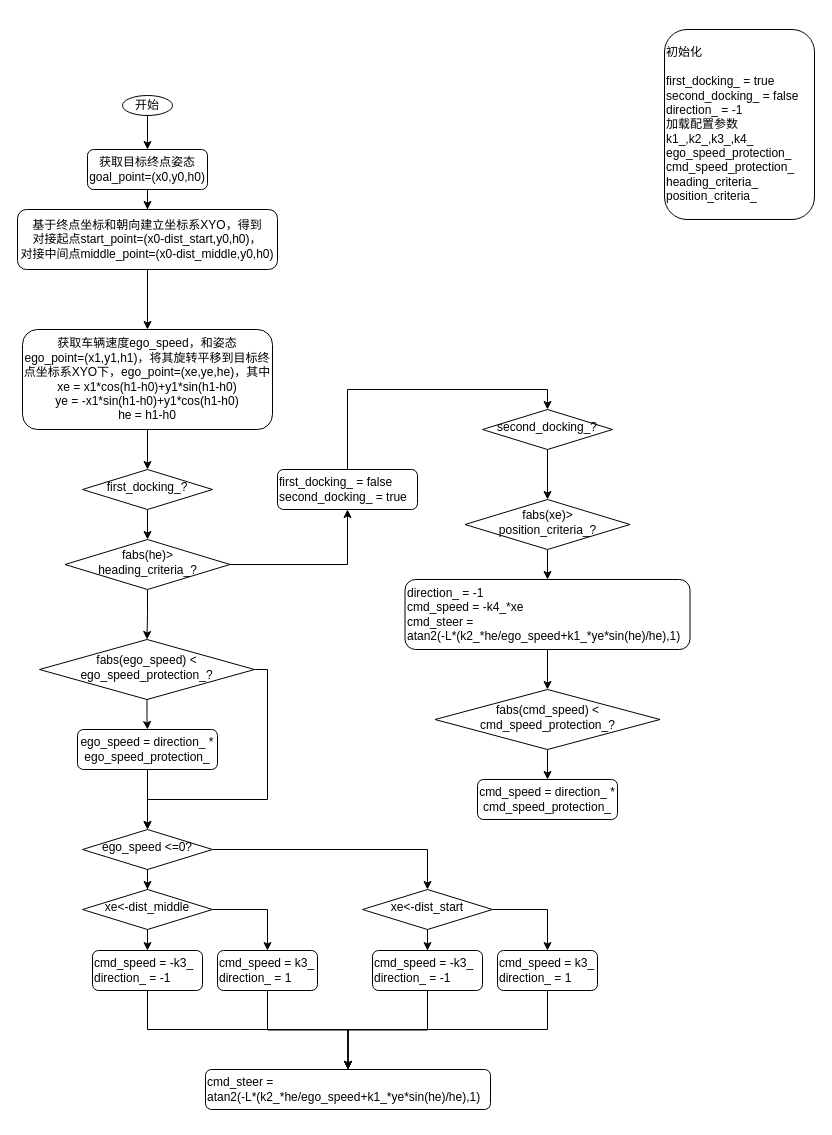
Before: precise_docking.drawio in Thousandsuny/Learning, a draw.io diagram. Source tidied: cells renumbered, new cells numbered last; positions are measured from the earlier drawing's top-left corner, leaving out a move shared by most shapes. Both pictures are drawn from the tidied source at 100%, with x=0, y=0 at pixel (17, 29).
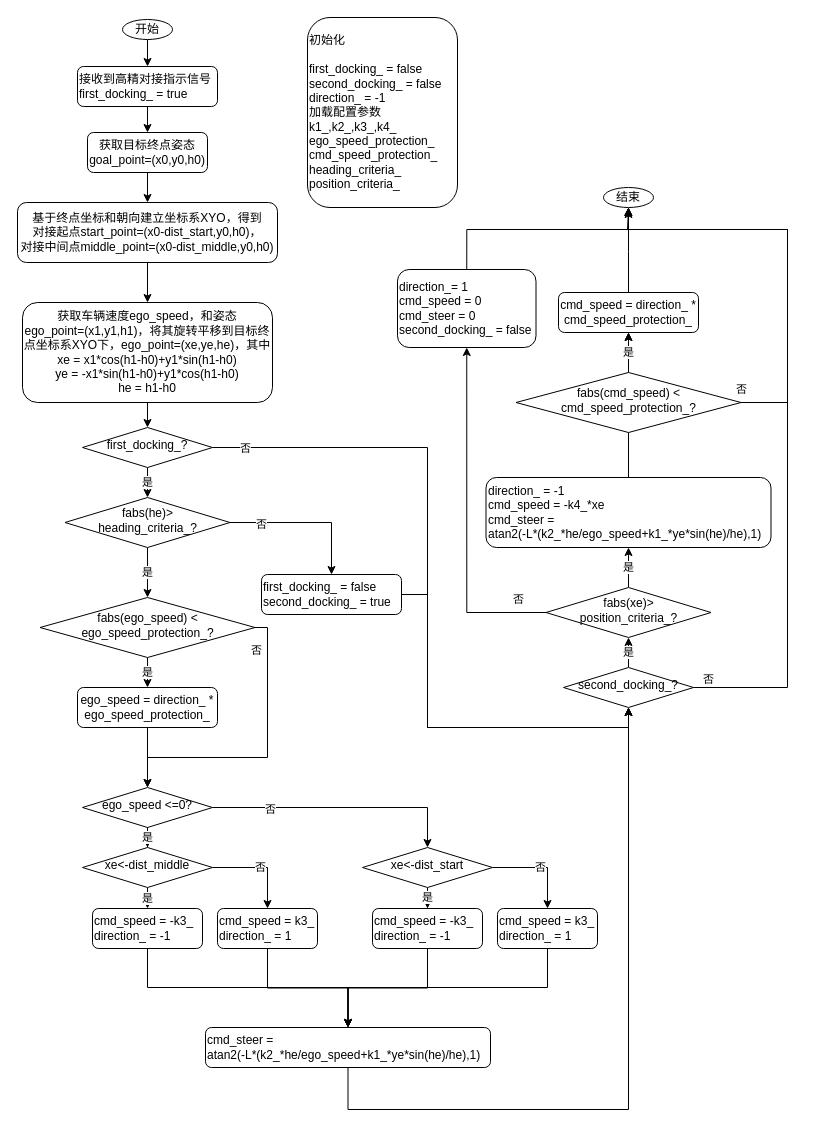
The same page after the edit.

The change refers to these unchanged cells:
```xml
<mxCell id="13" style="edgeStyle=orthogonalEdgeStyle;rounded=0;jettySize=auto;html=1;exitX=1;exitY=0.5;exitDx=0;exitDy=0;" parent="1" edge="1" source="14" target="39">
  <mxGeometry relative="1" as="geometry" />
</mxCell>
<mxCell id="16" style="edgeStyle=orthogonalEdgeStyle;rounded=0;jettySize=auto;html=1;exitX=1;exitY=0.5;exitDx=0;exitDy=0;" parent="1" edge="1" source="17" target="25">
  <mxGeometry relative="1" as="geometry" />
</mxCell>
```

What changed in the source:
```diff
@@
     <mxCell id="3" value="获取目标终点姿态goal_point=(x0,y0,h0)" style="rounded=1;whiteSpace=wrap;html=1;fontSize=12;glass=0;strokeWidth=1;shadow=0;" parent="1" vertex="1">
-      <mxGeometry x="70" y="120" width="120" height="40" as="geometry" />
+      <mxGeometry x="70" y="103" width="120" height="40" as="geometry" />
     </mxCell>
@@
     <mxCell id="5" value="基于终点坐标和朝向建立坐标系XYO，得到&lt;br&gt;对接起点start_point=(x0-dist_start,y0,h0)，&lt;br&gt;对接中间点middle_point=(x0-dist_middle,y0,h0)" style="rounded=1;whiteSpace=wrap;html=1;fontSize=12;glass=0;strokeWidth=1;shadow=0;" parent="1" vertex="1">
-      <mxGeometry y="180" width="260" height="60" as="geometry" />
+      <mxGeometry y="173" width="260" height="60" as="geometry" />
     </mxCell>
-    <mxCell id="6" style="edgeStyle=orthogonalEdgeStyle;rounded=0;jettySize=auto;html=1;entryX=0.5;entryY=0;entryDx=0;entryDy=0;" parent="1" edge="1" source="7" target="14">
+    <mxCell id="6" value="是" style="edgeStyle=orthogonalEdgeStyle;rounded=0;jettySize=auto;html=1;entryX=0.5;entryY=0;entryDx=0;entryDy=0;" parent="1" edge="1" source="7" target="14">
       <mxGeometry relative="1" as="geometry" />
     </mxCell>
+    <mxCell id="51" style="edgeStyle=orthogonalEdgeStyle;rounded=0;jettySize=auto;html=1;exitX=1;exitY=0.5;exitDx=0;exitDy=0;entryX=0.5;entryY=1;entryDx=0;entryDy=0;" parent="1" edge="1" source="7" target="41">
+      <mxGeometry relative="1" as="geometry">
+        <Array as="points">
+          <mxPoint x="410" y="418" />
+          <mxPoint x="410" y="698" />
+          <mxPoint x="611" y="698" />
+        </Array>
+      </mxGeometry>
+    </mxCell>
+    <mxCell id="52" value="否" style="edgeLabel;html=1;align=center;verticalAlign=middle;" parent="51" vertex="1">
+      <mxGeometry x="-0.91" relative="1" as="geometry" />
+    </mxCell>
     <mxCell id="7" value="first_docking_?" style="rhombus;whiteSpace=wrap;html=1;shadow=0;fontFamily=Helvetica;fontSize=12;align=center;strokeWidth=1;spacing=6;spacingTop=-4;" parent="1" vertex="1">
-      <mxGeometry x="65" y="440" width="130" height="40" as="geometry" />
+      <mxGeometry x="65" y="398" width="130" height="40" as="geometry" />
     </mxCell>
+    <mxCell id="53" style="edgeStyle=orthogonalEdgeStyle;rounded=0;jettySize=auto;html=1;entryX=0.5;entryY=0;entryDx=0;entryDy=0;" parent="1" edge="1" source="8" target="67">
+      <mxGeometry relative="1" as="geometry" />
+    </mxCell>
     <mxCell id="8" value="开始" style="ellipse;whiteSpace=wrap;html=1;" parent="1" vertex="1">
-      <mxGeometry x="105" y="66" width="50" height="20" as="geometry" />
+      <mxGeometry x="105" y="-10" width="50" height="20" as="geometry" />
     </mxCell>
@@
     <mxCell id="10" value="获取车辆速度ego_speed，和姿态&lt;br&gt;ego_point=(x1,y1,h1)，将其旋转平移到目标终点坐标系XYO下，ego_point=(xe,ye,he)，其中&lt;br&gt;xe = x1*cos(h1-h0)+y1*sin(h1-h0)&lt;br&gt;ye = -x1*sin(h1-h0)+y1*cos(h1-h0)&lt;br&gt;he = h1-h0" style="rounded=1;whiteSpace=wrap;html=1;fontSize=12;glass=0;strokeWidth=1;shadow=0;" parent="1" vertex="1">
-      <mxGeometry x="5" y="300" width="250" height="100" as="geometry" />
+      <mxGeometry x="5" y="273" width="250" height="100" as="geometry" />
     </mxCell>
-    <mxCell id="11" style="edgeStyle=orthogonalEdgeStyle;rounded=0;jettySize=auto;html=1;exitX=0.5;exitY=1;exitDx=0;exitDy=0;" parent="1" edge="1" source="8" target="3">
-      <mxGeometry relative="1" as="geometry" />
-    </mxCell>
-    <mxCell id="12" style="edgeStyle=orthogonalEdgeStyle;rounded=0;jettySize=auto;html=1;" parent="1" edge="1" source="14" target="31">
+    <mxCell id="12" value="是" style="edgeStyle=orthogonalEdgeStyle;rounded=0;jettySize=auto;html=1;" parent="1" edge="1" source="14" target="31">
       <mxGeometry relative="1" as="geometry" />
     </mxCell>
@@
+    <mxCell id="54" value="否" style="edgeLabel;html=1;align=center;verticalAlign=middle;" parent="13" vertex="1">
+      <mxGeometry x="-0.6" y="-1" relative="1" as="geometry" />
+    </mxCell>
     <mxCell id="14" value="fabs(he)&amp;gt;&lt;br&gt;heading_criteria_?" style="rhombus;whiteSpace=wrap;html=1;shadow=0;fontFamily=Helvetica;fontSize=12;align=center;strokeWidth=1;spacing=6;spacingTop=-4;" parent="1" vertex="1">
-      <mxGeometry x="47.5" y="510" width="165" height="50" as="geometry" />
+      <mxGeometry x="47.5" y="468" width="165" height="50" as="geometry" />
     </mxCell>
-    <mxCell id="15" style="edgeStyle=orthogonalEdgeStyle;rounded=0;jettySize=auto;html=1;" parent="1" edge="1" source="17" target="20">
+    <mxCell id="15" value="是" style="edgeStyle=orthogonalEdgeStyle;rounded=0;jettySize=auto;html=1;" parent="1" edge="1" source="17" target="20">
       <mxGeometry relative="1" as="geometry" />
     </mxCell>
@@
+    <mxCell id="55" value="否" style="edgeLabel;html=1;align=center;verticalAlign=middle;" parent="16" vertex="1">
+      <mxGeometry x="-0.55" y="-1" relative="1" as="geometry" />
+    </mxCell>
     <mxCell id="17" value="ego_speed &amp;lt;=0?" style="rhombus;whiteSpace=wrap;html=1;shadow=0;fontFamily=Helvetica;fontSize=12;align=center;strokeWidth=1;spacing=6;spacingTop=-4;" parent="1" vertex="1">
-      <mxGeometry x="65" y="800" width="130" height="40" as="geometry" />
+      <mxGeometry x="65" y="758" width="130" height="40" as="geometry" />
     </mxCell>
-    <mxCell id="18" style="edgeStyle=orthogonalEdgeStyle;rounded=0;jettySize=auto;html=1;exitX=0.5;exitY=1;exitDx=0;exitDy=0;entryX=0.5;entryY=0;entryDx=0;entryDy=0;" parent="1" edge="1" source="20" target="22">
+    <mxCell id="18" value="是" style="edgeStyle=orthogonalEdgeStyle;rounded=0;jettySize=auto;html=1;exitX=0.5;exitY=1;exitDx=0;exitDy=0;entryX=0.5;entryY=0;entryDx=0;entryDy=0;" parent="1" edge="1" source="20" target="22">
       <mxGeometry relative="1" as="geometry" />
     </mxCell>
-    <mxCell id="19" style="edgeStyle=orthogonalEdgeStyle;rounded=0;jettySize=auto;html=1;exitX=1;exitY=0.5;exitDx=0;exitDy=0;entryX=0.5;entryY=0;entryDx=0;entryDy=0;" parent="1" edge="1" source="20" target="28">
+    <mxCell id="19" value="否" style="edgeStyle=orthogonalEdgeStyle;rounded=0;jettySize=auto;html=1;exitX=1;exitY=0.5;exitDx=0;exitDy=0;entryX=0.5;entryY=0;entryDx=0;entryDy=0;" parent="1" edge="1" source="20" target="28">
       <mxGeometry relative="1" as="geometry" />
     </mxCell>
     <mxCell id="20" value="xe&amp;lt;-dist_middle" style="rhombus;whiteSpace=wrap;html=1;shadow=0;fontFamily=Helvetica;fontSize=12;align=center;strokeWidth=1;spacing=6;spacingTop=-4;" parent="1" vertex="1">
-      <mxGeometry x="65" y="860" width="130" height="40" as="geometry" />
+      <mxGeometry x="65" y="818" width="130" height="40" as="geometry" />
     </mxCell>
     <mxCell id="21" style="edgeStyle=orthogonalEdgeStyle;rounded=0;jettySize=auto;html=1;entryX=0.5;entryY=0;entryDx=0;entryDy=0;" parent="1" edge="1" source="22" target="26">
       <mxGeometry relative="1" as="geometry">
         <Array as="points">
-          <mxPoint x="130" y="1000" />
-          <mxPoint x="331" y="1000" />
+          <mxPoint x="130" y="958" />
+          <mxPoint x="331" y="958" />
         </Array>
       </mxGeometry>
     </mxCell>
     <mxCell id="22" value="cmd_speed = -k3_&lt;br&gt;direction_ = -1" style="rounded=1;whiteSpace=wrap;html=1;fontSize=12;glass=0;strokeWidth=1;shadow=0;align=left;" parent="1" vertex="1">
-      <mxGeometry x="75" y="921" width="110" height="40" as="geometry" />
+      <mxGeometry x="75" y="879" width="110" height="40" as="geometry" />
     </mxCell>
-    <mxCell id="23" style="edgeStyle=orthogonalEdgeStyle;rounded=0;jettySize=auto;html=1;exitX=0.5;exitY=1;exitDx=0;exitDy=0;" parent="1" edge="1" source="25" target="35">
+    <mxCell id="23" value="是" style="edgeStyle=orthogonalEdgeStyle;rounded=0;jettySize=auto;html=1;exitX=0.5;exitY=1;exitDx=0;exitDy=0;" parent="1" edge="1" source="25" target="35">
       <mxGeometry relative="1" as="geometry" />
     </mxCell>
-    <mxCell id="24" style="edgeStyle=orthogonalEdgeStyle;rounded=0;jettySize=auto;html=1;entryX=0.5;entryY=0;entryDx=0;entryDy=0;" parent="1" edge="1" source="25" target="37">
+    <mxCell id="24" value="否" style="edgeStyle=orthogonalEdgeStyle;rounded=0;jettySize=auto;html=1;entryX=0.5;entryY=0;entryDx=0;entryDy=0;" parent="1" edge="1" source="25" target="37">
       <mxGeometry relative="1" as="geometry" />
     </mxCell>
     <mxCell id="25" value="xe&amp;lt;-dist_start" style="rhombus;whiteSpace=wrap;html=1;shadow=0;fontFamily=Helvetica;fontSize=12;align=center;strokeWidth=1;spacing=6;spacingTop=-4;" parent="1" vertex="1">
-      <mxGeometry x="345" y="860" width="130" height="40" as="geometry" />
+      <mxGeometry x="345" y="818" width="130" height="40" as="geometry" />
     </mxCell>
+    <mxCell id="56" style="edgeStyle=orthogonalEdgeStyle;rounded=0;jettySize=auto;html=1;entryX=0.5;entryY=1;entryDx=0;entryDy=0;exitX=0.5;exitY=1;exitDx=0;exitDy=0;" parent="1" edge="1" source="26" target="41">
+      <mxGeometry relative="1" as="geometry">
+        <Array as="points">
+          <mxPoint x="331" y="1080" />
+          <mxPoint x="611" y="1080" />
+        </Array>
+      </mxGeometry>
+    </mxCell>
     <mxCell id="26" value="cmd_steer = &lt;br&gt;atan2(-L*(k2_*he/ego_speed+k1_*ye*sin(he)/he),1)" style="rounded=1;whiteSpace=wrap;html=1;fontSize=12;glass=0;strokeWidth=1;shadow=0;align=left;" parent="1" vertex="1">
-      <mxGeometry x="188" y="1040" width="285" height="40" as="geometry" />
+      <mxGeometry x="188" y="998" width="285" height="40" as="geometry" />
     </mxCell>
@@
     <mxCell id="28" value="cmd_speed = k3_&lt;br&gt;direction_ = 1" style="rounded=1;whiteSpace=wrap;html=1;fontSize=12;glass=0;strokeWidth=1;shadow=0;align=left;" parent="1" vertex="1">
-      <mxGeometry x="200" y="921" width="100" height="40" as="geometry" />
+      <mxGeometry x="200" y="879" width="100" height="40" as="geometry" />
     </mxCell>
-    <mxCell id="29" style="edgeStyle=orthogonalEdgeStyle;rounded=0;jettySize=auto;html=1;entryX=0.5;entryY=0;entryDx=0;entryDy=0;" parent="1" edge="1" source="31" target="33">
+    <mxCell id="29" value="是" style="edgeStyle=orthogonalEdgeStyle;rounded=0;jettySize=auto;html=1;entryX=0.5;entryY=0;entryDx=0;entryDy=0;" parent="1" edge="1" source="31" target="33">
       <mxGeometry relative="1" as="geometry" />
     </mxCell>
     <mxCell id="30" style="edgeStyle=orthogonalEdgeStyle;rounded=0;jettySize=auto;html=1;exitX=1;exitY=0.5;exitDx=0;exitDy=0;" parent="1" edge="1" source="31">
       <mxGeometry relative="1" as="geometry">
-        <mxPoint x="130" y="800" as="targetPoint" />
+        <mxPoint x="130" y="758" as="targetPoint" />
         <Array as="points">
-          <mxPoint x="250" y="640" />
-          <mxPoint x="250" y="770" />
-          <mxPoint x="130" y="770" />
+          <mxPoint x="250" y="598" />
+          <mxPoint x="250" y="728" />
+          <mxPoint x="130" y="728" />
         </Array>
       </mxGeometry>
     </mxCell>
+    <mxCell id="57" value="否" style="edgeLabel;html=1;align=center;verticalAlign=middle;" parent="30" vertex="1">
+      <mxGeometry x="-0.7" y="3" relative="1" as="geometry">
+        <mxPoint x="-15" y="-9" as="offset" />
+      </mxGeometry>
+    </mxCell>
     <mxCell id="31" value="fabs(ego_speed) &amp;lt; ego_speed_protection_?" style="rhombus;whiteSpace=wrap;html=1;shadow=0;fontFamily=Helvetica;fontSize=12;align=center;strokeWidth=1;spacing=6;spacingTop=-4;" parent="1" vertex="1">
-      <mxGeometry x="22" y="610" width="215" height="60" as="geometry" />
+      <mxGeometry x="22.5" y="568" width="215" height="60" as="geometry" />
     </mxCell>
@@
     <mxCell id="33" value="ego_speed = direction_ * ego_speed_protection_" style="rounded=1;whiteSpace=wrap;html=1;fontSize=12;glass=0;strokeWidth=1;shadow=0;" parent="1" vertex="1">
-      <mxGeometry x="60" y="700" width="140" height="40" as="geometry" />
+      <mxGeometry x="60" y="658" width="140" height="40" as="geometry" />
     </mxCell>
@@
     <mxCell id="35" value="cmd_speed = -k3_&lt;br&gt;direction_ = -1" style="rounded=1;whiteSpace=wrap;html=1;fontSize=12;glass=0;strokeWidth=1;shadow=0;align=left;" parent="1" vertex="1">
-      <mxGeometry x="355" y="921" width="110" height="40" as="geometry" />
+      <mxGeometry x="355" y="879" width="110" height="40" as="geometry" />
     </mxCell>
     <mxCell id="36" style="edgeStyle=orthogonalEdgeStyle;rounded=0;jettySize=auto;html=1;entryX=0.5;entryY=0;entryDx=0;entryDy=0;" parent="1" edge="1" source="37" target="26">
       <mxGeometry relative="1" as="geometry">
         <Array as="points">
-          <mxPoint x="530" y="1000" />
-          <mxPoint x="331" y="1000" />
+          <mxPoint x="530" y="958" />
+          <mxPoint x="331" y="958" />
         </Array>
       </mxGeometry>
     </mxCell>
     <mxCell id="37" value="cmd_speed = k3_&lt;br&gt;direction_ = 1" style="rounded=1;whiteSpace=wrap;html=1;fontSize=12;glass=0;strokeWidth=1;shadow=0;align=left;" parent="1" vertex="1">
-      <mxGeometry x="480" y="921" width="100" height="40" as="geometry" />
+      <mxGeometry x="480" y="879" width="100" height="40" as="geometry" />
     </mxCell>
-    <mxCell id="38" style="edgeStyle=orthogonalEdgeStyle;rounded=0;jettySize=auto;html=1;exitX=0.5;exitY=0;exitDx=0;exitDy=0;entryX=0.5;entryY=0;entryDx=0;entryDy=0;" parent="1" edge="1" source="39" target="41">
-      <mxGeometry relative="1" as="geometry" />
+    <mxCell id="38" style="edgeStyle=orthogonalEdgeStyle;rounded=0;jettySize=auto;html=1;entryX=0.5;entryY=1;entryDx=0;entryDy=0;exitX=1;exitY=0.5;exitDx=0;exitDy=0;" parent="1" edge="1" source="39" target="41">
+      <mxGeometry relative="1" as="geometry">
+        <Array as="points">
+          <mxPoint x="410" y="565" />
+          <mxPoint x="410" y="698" />
+          <mxPoint x="611" y="698" />
+        </Array>
+      </mxGeometry>
     </mxCell>
     <mxCell id="39" value="first_docking_ = false&lt;br&gt;second_docking_ = true" style="rounded=1;whiteSpace=wrap;html=1;fontSize=12;glass=0;strokeWidth=1;shadow=0;align=left;" parent="1" vertex="1">
-      <mxGeometry x="260" y="440" width="140" height="40" as="geometry" />
+      <mxGeometry x="244" y="545" width="140" height="40" as="geometry" />
     </mxCell>
-    <mxCell id="40" style="edgeStyle=orthogonalEdgeStyle;rounded=0;jettySize=auto;html=1;exitX=0.5;exitY=1;exitDx=0;exitDy=0;" parent="1" edge="1" source="41" target="43">
+    <mxCell id="40" value="是" style="edgeStyle=orthogonalEdgeStyle;rounded=0;jettySize=auto;html=1;exitX=0.5;exitY=0;exitDx=0;exitDy=0;" parent="1" edge="1" source="41" target="43">
       <mxGeometry relative="1" as="geometry" />
     </mxCell>
+    <mxCell id="58" value="否" style="edgeStyle=orthogonalEdgeStyle;rounded=0;jettySize=auto;html=1;exitX=1;exitY=0.5;exitDx=0;exitDy=0;entryX=0.5;entryY=1;entryDx=0;entryDy=0;" parent="1" edge="1" source="41" target="63">
+      <mxGeometry x="-0.96" y="8" relative="1" as="geometry">
+        <Array as="points">
+          <mxPoint x="770" y="658" />
+          <mxPoint x="770" y="200" />
+          <mxPoint x="610" y="200" />
+        </Array>
+      </mxGeometry>
+    </mxCell>
     <mxCell id="41" value="second_docking_?" style="rhombus;whiteSpace=wrap;html=1;shadow=0;fontFamily=Helvetica;fontSize=12;align=center;strokeWidth=1;spacing=6;spacingTop=-4;" parent="1" vertex="1">
-      <mxGeometry x="465" y="380" width="130" height="40" as="geometry" />
+      <mxGeometry x="546" y="638" width="130" height="40" as="geometry" />
     </mxCell>
-    <mxCell id="42" style="edgeStyle=orthogonalEdgeStyle;rounded=0;jettySize=auto;html=1;entryX=0.5;entryY=0;entryDx=0;entryDy=0;" parent="1" edge="1" source="43" target="45">
+    <mxCell id="42" value="是" style="edgeStyle=orthogonalEdgeStyle;rounded=0;jettySize=auto;html=1;exitX=0.5;exitY=0;exitDx=0;exitDy=0;" parent="1" edge="1" source="43" target="45">
       <mxGeometry relative="1" as="geometry" />
     </mxCell>
+    <mxCell id="59" value="否" style="edgeStyle=orthogonalEdgeStyle;rounded=0;jettySize=auto;html=1;exitX=0;exitY=0.5;exitDx=0;exitDy=0;entryX=0.5;entryY=1;entryDx=0;entryDy=0;" parent="1" edge="1" source="43" target="65">
+      <mxGeometry x="-0.84" y="-13" relative="1" as="geometry" />
+    </mxCell>
     <mxCell id="43" value="fabs(xe)&amp;gt;&lt;br&gt;position_criteria_?" style="rhombus;whiteSpace=wrap;html=1;shadow=0;fontFamily=Helvetica;fontSize=12;align=center;strokeWidth=1;spacing=6;spacingTop=-4;" parent="1" vertex="1">
-      <mxGeometry x="447.5" y="470" width="165" height="50" as="geometry" />
+      <mxGeometry x="528.5" y="558" width="165" height="50" as="geometry" />
     </mxCell>
-    <mxCell id="44" style="edgeStyle=orthogonalEdgeStyle;rounded=0;jettySize=auto;html=1;" parent="1" edge="1" source="45" target="47">
-      <mxGeometry relative="1" as="geometry" />
-    </mxCell>
+    <mxCell id="60" style="edgeStyle=orthogonalEdgeStyle;rounded=0;jettySize=auto;html=1;exitX=0.5;exitY=0;exitDx=0;exitDy=0;" parent="1" edge="1" source="45" target="48">
+      <mxGeometry relative="1" as="geometry" />
+    </mxCell>
     <mxCell id="45" value="direction_ = -1&lt;br&gt;cmd_speed = -k4_*xe&lt;br&gt;cmd_steer = &lt;br&gt;atan2(-L*(k2_*he/ego_speed+k1_*ye*sin(he)/he),1)" style="rounded=1;whiteSpace=wrap;html=1;fontSize=12;glass=0;strokeWidth=1;shadow=0;align=left;" parent="1" vertex="1">
-      <mxGeometry x="387.5" y="550" width="285" height="70" as="geometry" />
+      <mxGeometry x="468.5" y="448" width="285" height="70" as="geometry" />
     </mxCell>
+    <mxCell id="61" value="否" style="edgeStyle=orthogonalEdgeStyle;rounded=0;jettySize=auto;html=1;exitX=1;exitY=0.5;exitDx=0;exitDy=0;entryX=0.5;entryY=1;entryDx=0;entryDy=0;" parent="1" edge="1" source="47" target="63">
+      <mxGeometry x="-1" y="13" relative="1" as="geometry">
+        <Array as="points">
+          <mxPoint x="770" y="373" />
+          <mxPoint x="770" y="200" />
+          <mxPoint x="611" y="200" />
+        </Array>
+      </mxGeometry>
+    </mxCell>
-    <mxCell id="46" style="edgeStyle=orthogonalEdgeStyle;rounded=0;jettySize=auto;html=1;entryX=0.5;entryY=0;entryDx=0;entryDy=0;" parent="1" edge="1" source="47" target="48">
+    <mxCell id="46" value="是" style="edgeStyle=orthogonalEdgeStyle;rounded=0;jettySize=auto;html=1;" parent="1" edge="1" source="47" target="48">
       <mxGeometry relative="1" as="geometry" />
     </mxCell>
     <mxCell id="47" value="fabs(cmd_speed) &amp;lt; cmd_speed_protection_?" style="rhombus;whiteSpace=wrap;html=1;shadow=0;fontFamily=Helvetica;fontSize=12;align=center;strokeWidth=1;spacing=6;spacingTop=-4;" parent="1" vertex="1">
-      <mxGeometry x="417.5" y="660" width="225" height="60" as="geometry" />
+      <mxGeometry x="498.5" y="343" width="225" height="60" as="geometry" />
     </mxCell>
+    <mxCell id="62" style="edgeStyle=orthogonalEdgeStyle;rounded=0;jettySize=auto;html=1;" parent="1" edge="1" source="48">
+      <mxGeometry relative="1" as="geometry">
+        <mxPoint x="611" y="180" as="targetPoint" />
+      </mxGeometry>
+    </mxCell>
     <mxCell id="48" value="cmd_speed = direction_ * cmd_speed_protection_" style="rounded=1;whiteSpace=wrap;html=1;fontSize=12;glass=0;strokeWidth=1;shadow=0;" parent="1" vertex="1">
-      <mxGeometry x="460" y="750" width="140" height="40" as="geometry" />
+      <mxGeometry x="541" y="263" width="140" height="40" as="geometry" />
     </mxCell>
     <mxCell id="49" style="edgeStyle=orthogonalEdgeStyle;rounded=0;orthogonalLoop=1;jettySize=auto;html=1;exitX=0.5;exitY=1;exitDx=0;exitDy=0;" parent="1" edge="1">
       <mxGeometry relative="1" as="geometry">
-        <mxPoint x="254" y="961" as="sourcePoint" />
-        <mxPoint x="254" y="961" as="targetPoint" />
+        <mxPoint x="254" y="919" as="sourcePoint" />
+        <mxPoint x="254" y="919" as="targetPoint" />
       </mxGeometry>
     </mxCell>
-    <mxCell id="50" value="初始化&lt;br&gt;&lt;br&gt;first_docking_ = true&lt;br&gt;second_docking_ = false&lt;br&gt;direction_ = -1&lt;br&gt;加载配置参数&lt;br&gt;k1_,k2_,k3_,k4_&lt;br&gt;ego_speed_protection_&lt;br&gt;cmd_speed_protection_&lt;br&gt;heading_criteria_&lt;br&gt;position_criteria_" style="rounded=1;whiteSpace=wrap;html=1;fontSize=12;glass=0;strokeWidth=1;shadow=0;align=left;" parent="1" vertex="1">
-      <mxGeometry x="647" width="150" height="190" as="geometry" />
+    <mxCell id="50" value="初始化&lt;br&gt;&lt;br&gt;first_docking_ = false&lt;br&gt;second_docking_ = false&lt;br&gt;direction_ = -1&lt;br&gt;加载配置参数&lt;br&gt;k1_,k2_,k3_,k4_&lt;br&gt;ego_speed_protection_&lt;br&gt;cmd_speed_protection_&lt;br&gt;heading_criteria_&lt;br&gt;position_criteria_" style="rounded=1;whiteSpace=wrap;html=1;fontSize=12;glass=0;strokeWidth=1;shadow=0;align=left;" parent="1" vertex="1">
+      <mxGeometry x="290" y="-12" width="150" height="190" as="geometry" />
     </mxCell>
+    <mxCell id="63" value="结束" style="ellipse;whiteSpace=wrap;html=1;" parent="1" vertex="1">
+      <mxGeometry x="586" y="158" width="50" height="20" as="geometry" />
+    </mxCell>
+    <mxCell id="64" style="edgeStyle=orthogonalEdgeStyle;rounded=0;jettySize=auto;html=1;entryX=0.5;entryY=1;entryDx=0;entryDy=0;exitX=0.5;exitY=0;exitDx=0;exitDy=0;" parent="1" edge="1" source="65" target="63">
+      <mxGeometry relative="1" as="geometry">
+        <Array as="points">
+          <mxPoint x="449" y="200" />
+          <mxPoint x="611" y="200" />
+        </Array>
+      </mxGeometry>
+    </mxCell>
+    <mxCell id="65" value="direction_= 1&lt;br&gt;cmd_speed = 0&lt;br&gt;cmd_steer = 0&lt;br&gt;second_docking_ = false" style="rounded=1;whiteSpace=wrap;html=1;fontSize=12;glass=0;strokeWidth=1;shadow=0;align=left;" parent="1" vertex="1">
+      <mxGeometry x="380" y="240" width="138.5" height="78" as="geometry" />
+    </mxCell>
+    <mxCell id="66" style="edgeStyle=orthogonalEdgeStyle;rounded=0;jettySize=auto;html=1;" parent="1" edge="1" source="67" target="3">
+      <mxGeometry relative="1" as="geometry" />
+    </mxCell>
+    <mxCell id="67" value="接收到高精对接指示信号&lt;br&gt;first_docking_ = true" style="rounded=1;whiteSpace=wrap;html=1;fontSize=12;glass=0;strokeWidth=1;shadow=0;align=left;" parent="1" vertex="1">
+      <mxGeometry x="60" y="37" width="140" height="40" as="geometry" />
+    </mxCell>
```
